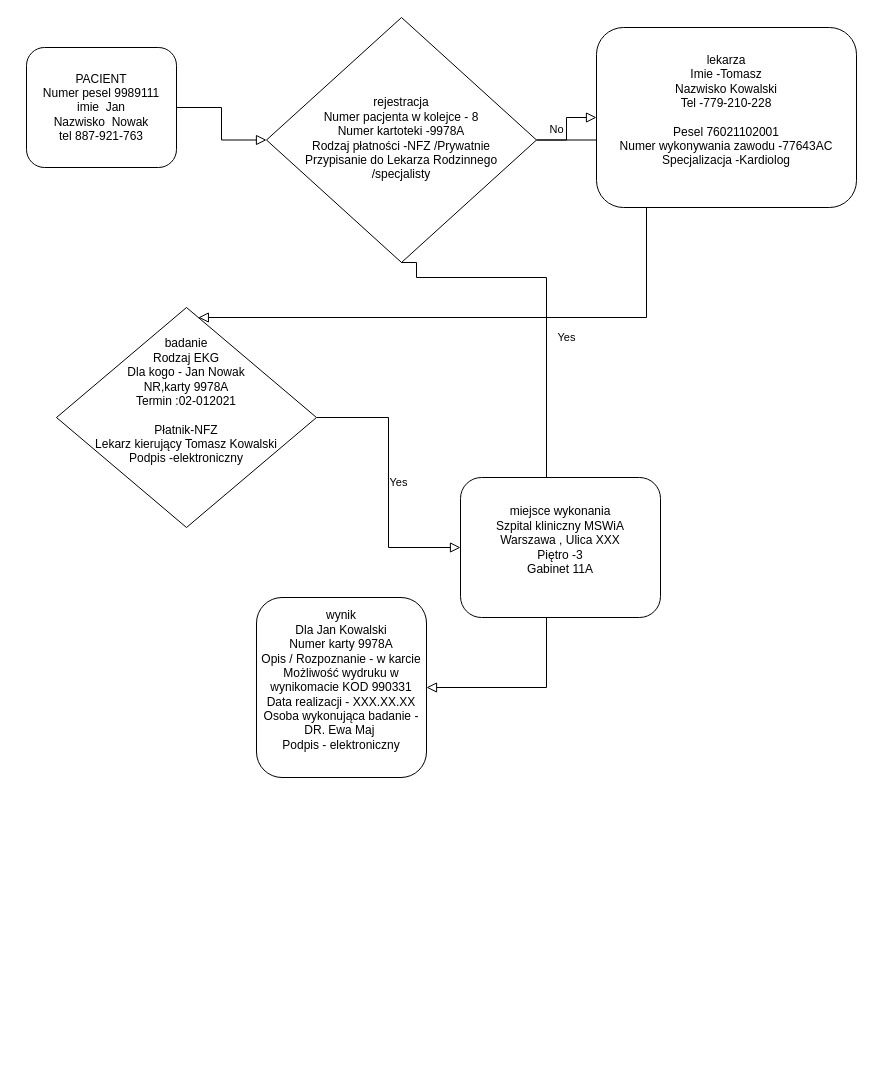
This is Untitled Diagram.drawio from PadrinoAndiamo/WSEI, a draw.io file, before an edit. Source tidied: cells renumbered, new cells numbered last; positions are measured from the earlier drawing's top-left corner, leaving out a move shared by most shapes. Both pictures are drawn from the tidied source at 100%, with x=0, y=0 at pixel (26, 17).
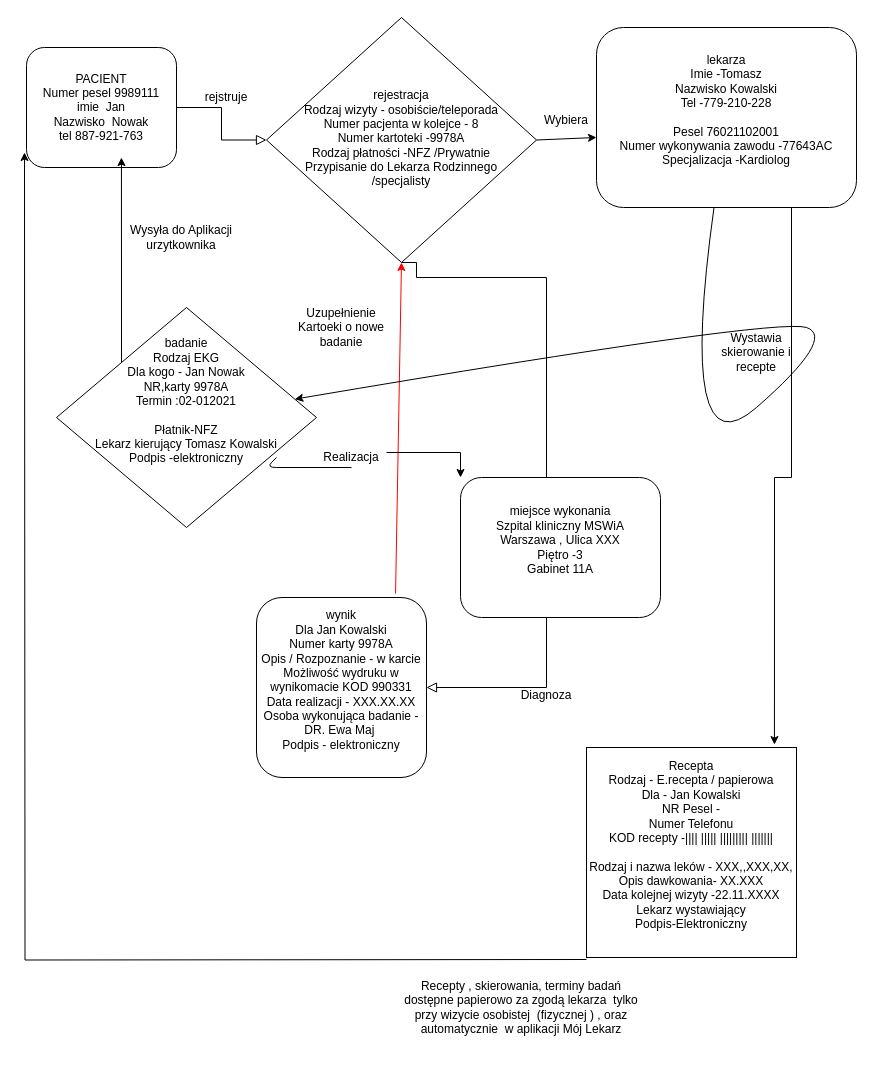
Above is the later version.

Commit message:
Update Untitled Diagram.drawioKurzaw łapka update

Unchanged cells that the change refers to:
```xml
<mxCell id="3" value="&lt;div&gt;PACIENT&lt;br&gt;&lt;/div&gt;&lt;div&gt;Numer pesel 9989111&lt;/div&gt;&lt;div&gt;imie&amp;nbsp; Jan&lt;/div&gt;&lt;div&gt;Nazwisko&amp;nbsp; Nowak &lt;br&gt;&lt;/div&gt;&lt;div&gt;tel 887-921-763&lt;br&gt;&lt;/div&gt;" style="rounded=1;whiteSpace=wrap;html=1;fontSize=12;glass=0;strokeWidth=1;shadow=0;" parent="1" vertex="1">
  <mxGeometry y="30" width="150" height="120" as="geometry" />
</mxCell>
<mxCell id="7" value="&lt;div&gt;lekarza&lt;/div&gt;&lt;div&gt;Imie -Tomasz&lt;/div&gt;&lt;div&gt;Nazwisko Kowalski&lt;/div&gt;&lt;div&gt;Tel -779-210-228&lt;br&gt;&lt;/div&gt;&lt;div&gt;&lt;br&gt;&lt;/div&gt;&lt;div&gt;Pesel 76021102001&lt;/div&gt;&lt;div&gt;Numer wykonywania zawodu -77643AC&lt;/div&gt;&lt;div&gt;Specjalizacja -Kardiolog&lt;br&gt;&lt;/div&gt;&lt;div&gt;&lt;br&gt;&lt;/div&gt;" style="rounded=1;whiteSpace=wrap;html=1;fontSize=12;glass=0;strokeWidth=1;shadow=0;" parent="1" vertex="1">
  <mxGeometry x="570" y="10" width="260" height="180" as="geometry" />
</mxCell>
<mxCell id="10" value="&lt;div&gt;badanie&lt;/div&gt;&lt;div&gt;Rodzaj EKG&lt;/div&gt;&lt;div&gt;Dla kogo - Jan Nowak&lt;/div&gt;&lt;div&gt;NR,karty 9978A&lt;/div&gt;&lt;div&gt;Termin :02-012021&lt;br&gt;&lt;/div&gt;&lt;div&gt;&lt;br&gt;&lt;/div&gt;&lt;div&gt;Płatnik-NFZ &lt;br&gt;&lt;/div&gt;&lt;div&gt;Lekarz kierujący Tomasz Kowalski&lt;/div&gt;&lt;div&gt;Podpis -elektroniczny &lt;br&gt;&lt;/div&gt;&lt;div&gt;&lt;br&gt;&lt;/div&gt;&lt;div&gt;&lt;br&gt;&lt;/div&gt;" style="rhombus;whiteSpace=wrap;html=1;shadow=0;fontFamily=Helvetica;fontSize=12;align=center;strokeWidth=1;spacing=6;spacingTop=-4;" parent="1" vertex="1">
  <mxGeometry x="30" y="290" width="260" height="220" as="geometry" />
</mxCell>
<mxCell id="11" value="&lt;div&gt;wynik&lt;/div&gt;&lt;div&gt;Dla Jan Kowalski&lt;/div&gt;&lt;div&gt;Numer karty 9978A&lt;/div&gt;&lt;div&gt;Opis / Rozpoznanie - w karcie &lt;br&gt;&lt;/div&gt;&lt;div&gt;Możliwość wydruku w wynikomacie KOD 990331&lt;/div&gt;&lt;div&gt;Data realizacji - XXX.XX.XX &lt;br&gt;&lt;/div&gt;&lt;div&gt;Osoba wykonująca badanie - DR. Ewa Maj&amp;nbsp; &lt;br&gt;&lt;/div&gt;&lt;div&gt;Podpis - elektroniczny&lt;br&gt;&lt;/div&gt;&lt;div&gt;&lt;br&gt;&lt;/div&gt;" style="rounded=1;whiteSpace=wrap;html=1;fontSize=12;glass=0;strokeWidth=1;shadow=0;" parent="1" vertex="1">
  <mxGeometry x="230" y="580" width="170" height="180" as="geometry" />
</mxCell>
<mxCell id="12" value="&lt;div&gt;miejsce wykonania&lt;/div&gt;&lt;div&gt;Szpital kliniczny MSWiA&lt;/div&gt;&lt;div&gt;Warszawa , Ulica XXX&lt;/div&gt;&lt;div&gt;Piętro -3&lt;/div&gt;&lt;div&gt;Gabinet 11A&lt;/div&gt;&lt;div&gt;&lt;br&gt;&lt;/div&gt;" style="rounded=1;whiteSpace=wrap;html=1;fontSize=12;glass=0;strokeWidth=1;shadow=0;" parent="1" vertex="1">
  <mxGeometry x="434" y="460" width="200" height="140" as="geometry" />
</mxCell>
```

Diff of the diagram source:
```diff
@@
-    <mxCell id="4" value="Yes" style="rounded=0;html=1;jettySize=auto;fontSize=11;endArrow=block;endFill=0;endSize=8;strokeWidth=1;shadow=0;labelBackgroundColor=none;edgeStyle=orthogonalEdgeStyle;" parent="1" edge="1" source="6" target="10">
-      <mxGeometry y="20" relative="1" as="geometry">
-        <Array as="points">
-          <mxPoint x="620" y="123" />
-          <mxPoint x="620" y="300" />
-          <mxPoint x="100" y="300" />
-        </Array>
-      </mxGeometry>
-    </mxCell>
-    <mxCell id="5" value="No" style="edgeStyle=orthogonalEdgeStyle;rounded=0;html=1;jettySize=auto;fontSize=11;endArrow=block;endFill=0;endSize=8;strokeWidth=1;shadow=0;labelBackgroundColor=none;" parent="1" edge="1" source="6" target="7">
-      <mxGeometry y="10" relative="1" as="geometry" />
-    </mxCell>
-    <mxCell id="6" value="&lt;div&gt;rejestracja &lt;br&gt;&lt;/div&gt;&lt;div&gt;Numer pacjenta w kolejce - 8 &lt;br&gt;&lt;/div&gt;&lt;div&gt;Numer kartoteki -9978A&lt;/div&gt;&lt;div&gt;Rodzaj płatności -NFZ /Prywatnie &lt;br&gt;&lt;/div&gt;&lt;div&gt;Przypisanie do Lekarza Rodzinnego &lt;br&gt;&lt;/div&gt;&lt;div&gt;/specjalisty &lt;br&gt;&lt;/div&gt;" style="rhombus;whiteSpace=wrap;html=1;shadow=0;fontFamily=Helvetica;fontSize=12;align=center;strokeWidth=1;spacing=6;spacingTop=-4;" parent="1" vertex="1">
+    <mxCell id="6" value="&lt;div&gt;rejestracja &lt;br&gt;&lt;/div&gt;&lt;div&gt;Rodzaj wizyty - osobiście/teleporada&lt;/div&gt;&lt;div&gt;Numer pacjenta w kolejce - 8 &lt;br&gt;&lt;/div&gt;&lt;div&gt;Numer kartoteki -9978A&lt;/div&gt;&lt;div&gt;Rodzaj płatności -NFZ /Prywatnie &lt;br&gt;&lt;/div&gt;&lt;div&gt;Przypisanie do Lekarza Rodzinnego &lt;br&gt;&lt;/div&gt;&lt;div&gt;/specjalisty &lt;br&gt;&lt;/div&gt;" style="rhombus;whiteSpace=wrap;html=1;shadow=0;fontFamily=Helvetica;fontSize=12;align=center;strokeWidth=1;spacing=6;spacingTop=-4;" parent="1" vertex="1">
       <mxGeometry x="240" width="270" height="245" as="geometry" />
     </mxCell>
+    <mxCell id="13" style="edgeStyle=orthogonalEdgeStyle;rounded=0;jettySize=auto;html=1;exitX=0.75;exitY=1;exitDx=0;exitDy=0;entryX=0.895;entryY=-0.014;entryDx=0;entryDy=0;entryPerimeter=0;strokeColor=#000000;" parent="1" edge="1" source="7" target="26">
+      <mxGeometry relative="1" as="geometry" />
+    </mxCell>
@@
-    <mxCell id="9" value="Yes" style="edgeStyle=orthogonalEdgeStyle;rounded=0;html=1;jettySize=auto;fontSize=11;endArrow=block;endFill=0;endSize=8;strokeWidth=1;shadow=0;labelBackgroundColor=none;" parent="1" edge="1" source="10" target="12">
-      <mxGeometry y="10" relative="1" as="geometry" />
-    </mxCell>
+    <mxCell id="14" style="edgeStyle=orthogonalEdgeStyle;rounded=0;jettySize=auto;html=1;exitX=0;exitY=0;exitDx=0;exitDy=0;entryX=0.633;entryY=0.917;entryDx=0;entryDy=0;entryPerimeter=0;strokeColor=#000000;" parent="1" edge="1" source="10" target="3">
+      <mxGeometry relative="1" as="geometry" />
+    </mxCell>
@@
+    <mxCell id="15" style="endArrow=classic;html=1;exitX=0.818;exitY=-0.022;exitDx=0;exitDy=0;entryX=0.5;entryY=1;entryDx=0;entryDy=0;exitPerimeter=0;fillColor=#ffe6cc;strokeColor=#FF0000;" parent="1" edge="1" source="11" target="6">
+      <mxGeometry relative="1" as="geometry" />
+    </mxCell>
+    <mxCell id="16" value="&lt;div&gt;Wybiera &lt;br&gt;&lt;/div&gt;&lt;div&gt;&lt;br&gt;&lt;/div&gt;" style="text;html=1;strokeColor=none;fillColor=none;align=center;verticalAlign=middle;whiteSpace=wrap;rounded=0;" parent="1" vertex="1">
+      <mxGeometry x="520" y="100" width="40" height="20" as="geometry" />
+    </mxCell>
+    <mxCell id="17" value="rejstruje" style="text;html=1;strokeColor=none;fillColor=none;align=center;verticalAlign=middle;whiteSpace=wrap;rounded=0;" parent="1" vertex="1">
+      <mxGeometry x="180" y="70" width="40" height="20" as="geometry" />
+    </mxCell>
+    <mxCell id="18" value="Wystawia skierowanie i recepte " style="text;html=1;strokeColor=none;fillColor=none;align=center;verticalAlign=middle;whiteSpace=wrap;rounded=0;" parent="1" vertex="1">
+      <mxGeometry x="690" y="310" width="80" height="50" as="geometry" />
+    </mxCell>
+    <mxCell id="19" style="edgeStyle=orthogonalEdgeStyle;rounded=0;jettySize=auto;html=1;entryX=0;entryY=0;entryDx=0;entryDy=0;strokeColor=#000000;exitX=1;exitY=0.25;exitDx=0;exitDy=0;" parent="1" edge="1" source="20" target="12">
+      <mxGeometry relative="1" as="geometry" />
+    </mxCell>
+    <mxCell id="20" value="Realizacja" style="text;html=1;strokeColor=none;fillColor=none;align=center;verticalAlign=middle;whiteSpace=wrap;rounded=0;" parent="1" vertex="1">
+      <mxGeometry x="290" y="430" width="70" height="20" as="geometry" />
+    </mxCell>
+    <mxCell id="21" value="Uzupełnienie Kartoeki o nowe badanie" style="text;html=1;strokeColor=none;fillColor=none;align=center;verticalAlign=middle;whiteSpace=wrap;rounded=0;" parent="1" vertex="1">
+      <mxGeometry x="260" y="260" width="110" height="100" as="geometry" />
+    </mxCell>
+    <mxCell id="5" style="endArrow=classic;html=1;entryX=0;entryY=0.611;entryDx=0;entryDy=0;entryPerimeter=0;exitX=1;exitY=0.5;exitDx=0;exitDy=0;" parent="1" edge="1" source="6" target="7">
+      <mxGeometry relative="1" as="geometry" />
+    </mxCell>
+    <mxCell id="22" style="curved=1;endArrow=classic;html=1;strokeColor=#000000;" parent="1" edge="1" source="7" target="10">
+      <mxGeometry relative="1" as="geometry">
+        <Array as="points">
+          <mxPoint x="650" y="460" />
+          <mxPoint x="810" y="320" />
+          <mxPoint x="750" y="300" />
+        </Array>
+      </mxGeometry>
+    </mxCell>
+    <mxCell id="23" style="endArrow=none;html=1;strokeColor=#000000;entryX=0.5;entryY=1;entryDx=0;entryDy=0;" parent="1" edge="1" target="20">
+      <mxGeometry relative="1" as="geometry">
+        <mxPoint x="250" y="440" as="sourcePoint" />
+        <Array as="points">
+          <mxPoint x="240" y="450" />
+        </Array>
+      </mxGeometry>
+    </mxCell>
+    <mxCell id="24" value="&lt;div&gt;Diagnoza&lt;/div&gt;&lt;div&gt;&lt;br&gt;&lt;/div&gt;" style="text;html=1;strokeColor=none;fillColor=none;align=center;verticalAlign=middle;whiteSpace=wrap;rounded=0;" parent="1" vertex="1">
+      <mxGeometry x="490" y="670" width="60" height="30" as="geometry" />
+    </mxCell>
+    <mxCell id="25" style="edgeStyle=orthogonalEdgeStyle;rounded=0;orthogonalLoop=1;jettySize=auto;html=1;exitX=0;exitY=1;exitDx=0;exitDy=0;entryX=-0.013;entryY=0.858;entryDx=0;entryDy=0;entryPerimeter=0;strokeColor=#000000;" parent="1" edge="1">
+      <mxGeometry relative="1" as="geometry">
+        <mxPoint x="560" y="942" as="sourcePoint" />
+        <mxPoint x="-2" y="135" as="targetPoint" />
+      </mxGeometry>
+    </mxCell>
+    <mxCell id="26" value="&lt;div&gt;Recepta&lt;/div&gt;&lt;div&gt;Rodzaj - E.recepta / papierowa &lt;br&gt;&lt;/div&gt;&lt;div&gt;Dla - Jan Kowalski &lt;br&gt;&lt;/div&gt;&lt;div&gt;NR Pesel - &lt;br&gt;&lt;/div&gt;&lt;div&gt;Numer Telefonu &lt;br&gt;&lt;/div&gt;&lt;div&gt;KOD recepty -|||| ||||| ||||||||| ||||||| &lt;br&gt;&lt;/div&gt;&lt;div&gt;&lt;br&gt;&lt;/div&gt;&lt;div&gt;Rodzaj i nazwa leków - XXX,,XXX,XX,&lt;/div&gt;&lt;div&gt;Opis dawkowania- XX.XXX&lt;/div&gt;&lt;div&gt;Data kolejnej wizyty -22.11.XXXX&lt;/div&gt;&lt;div&gt;Lekarz wystawiający &lt;br&gt;&lt;/div&gt;&lt;div&gt;Podpis-Elektroniczny &lt;br&gt;&lt;/div&gt;&lt;div&gt;&lt;br&gt;&lt;/div&gt;" style="whiteSpace=wrap;html=1;" parent="1" vertex="1">
+      <mxGeometry x="560" y="730" width="210" height="210" as="geometry" />
+    </mxCell>
+    <mxCell id="27" value="Recepty , skierowania, terminy badań dostępne papierowo za zgodą lekarza&amp;nbsp; tylko przy wizycie osobistej&amp;nbsp; (fizycznej ) , oraz automatycznie&amp;nbsp; w aplikacji Mój Lekarz " style="text;html=1;strokeColor=none;fillColor=none;align=center;verticalAlign=middle;whiteSpace=wrap;rounded=0;" parent="1" vertex="1">
+      <mxGeometry x="370" y="940" width="250" height="100" as="geometry" />
+    </mxCell>
+    <mxCell id="28" value="Wysyła do Aplikacji urzytkownika" style="text;html=1;strokeColor=none;fillColor=none;align=center;verticalAlign=middle;whiteSpace=wrap;rounded=0;" parent="1" vertex="1">
+      <mxGeometry x="100" y="195" width="110" height="50" as="geometry" />
+    </mxCell>
```
